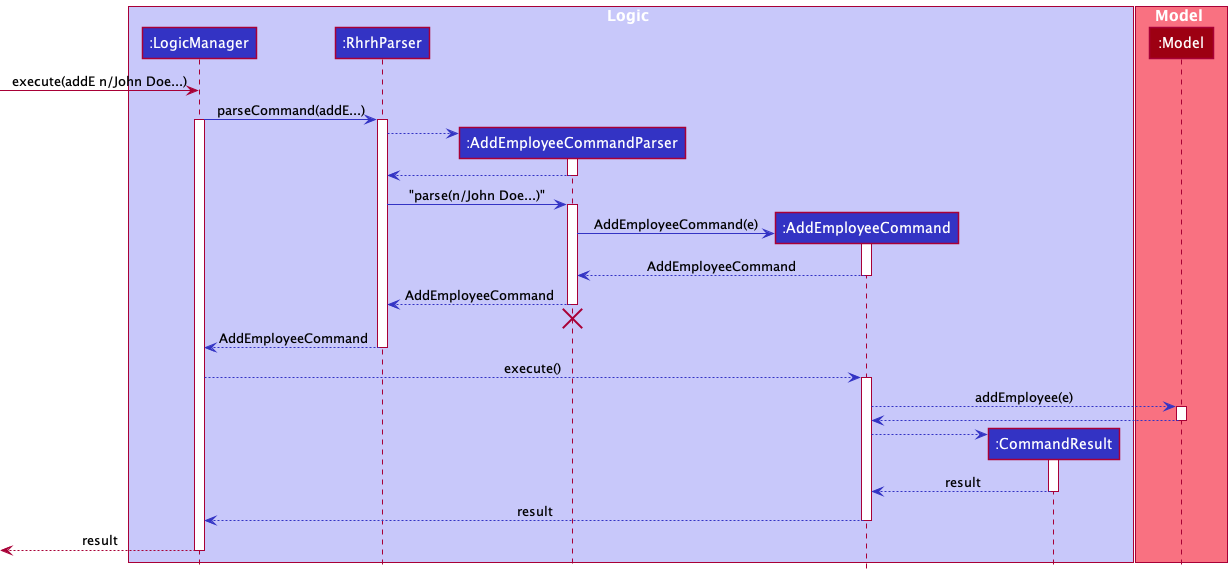
The PlantUML diagram docs/images/AddEmployeeCommandSequenceDiagram.png in nus-cs2103-AY2122S1/tp, before a commit.
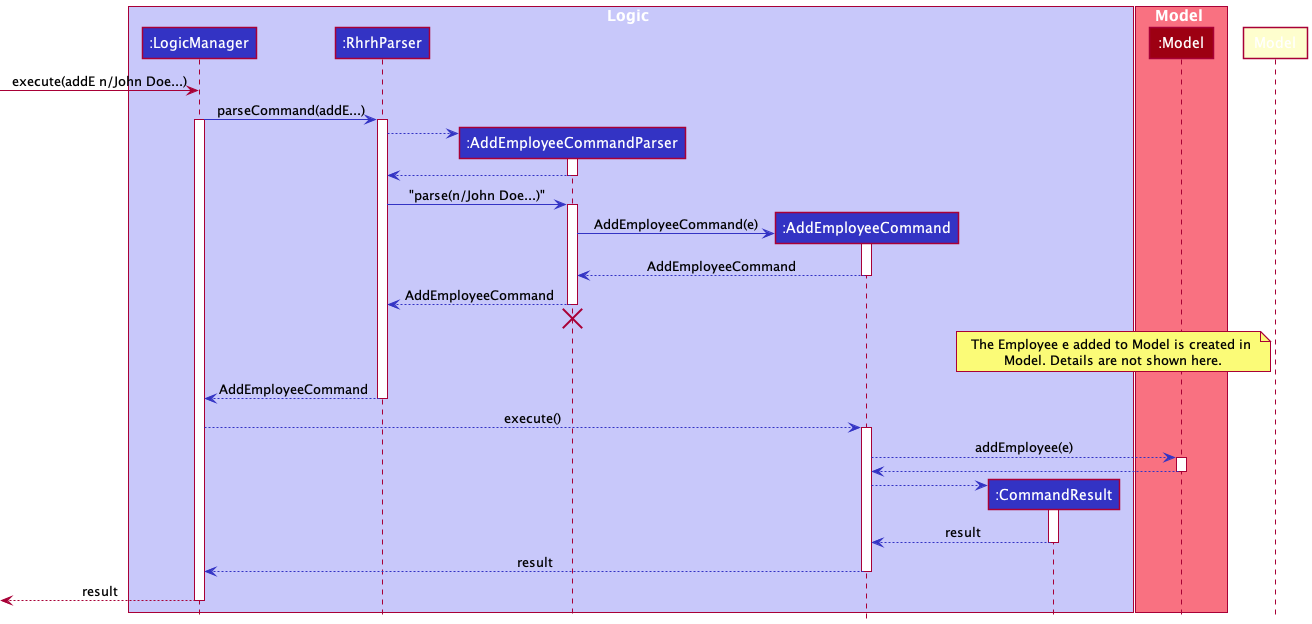
After the change.

Diff of the diagram source:
```diff
@@ -42,6 +42,8 @@
 addEmployeeCommandParser -[hidden]-> rhrhParser
 destroy addEmployeeCommandParser
 
+note left of Model : The Employee e added to Model is created in \nModel. Details are not shown here.
+
 rhrhParser -[LOGIC_COLOR]-> logicManager : AddEmployeeCommand
 deactivate rhrhParser
 
```
